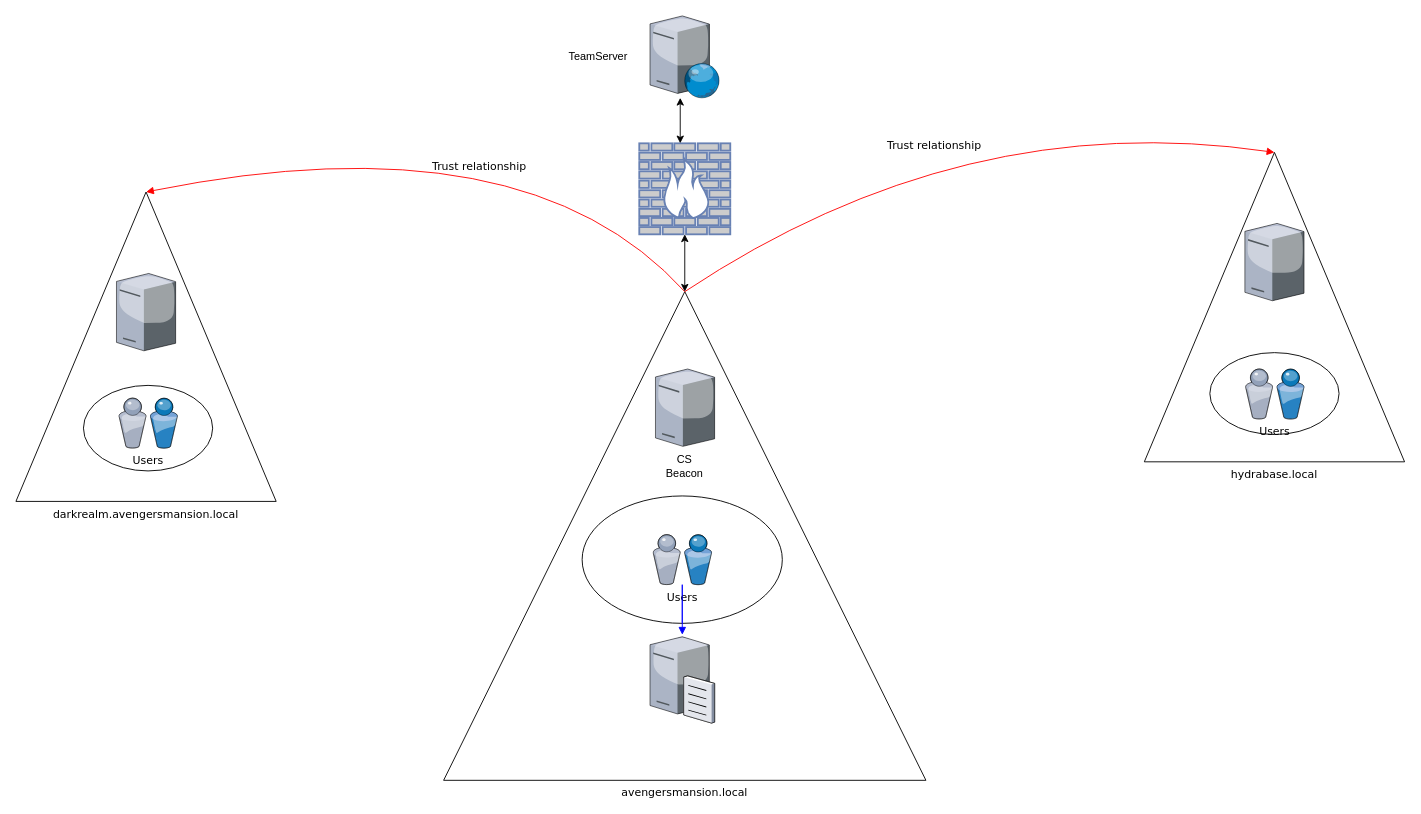
This is Untitled Diagram.drawio from raghavmishra/diagrams, a draw.io file, before an edit. Source tidied: cells renumbered, new cells numbered last; positions are measured from the earlier drawing's top-left corner, leaving out a move shared by most shapes. Both pictures are drawn from the tidied source at 91%, with x=0, y=0 at pixel (15, 15).
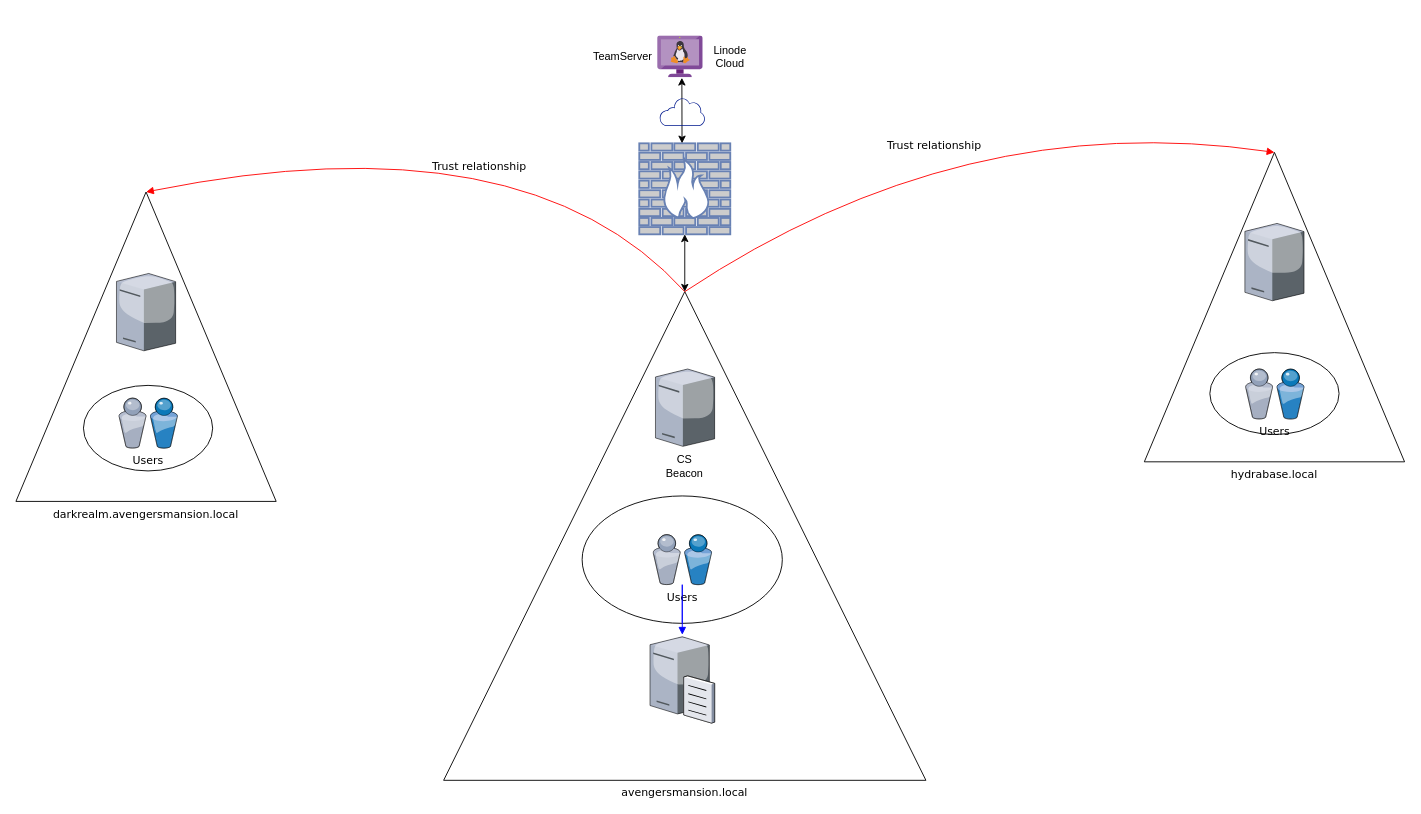
Above is the later version.

Change to the diagram source:
```diff
@@
-    <mxCell id="17" style="verticalLabelPosition=bottom;sketch=0;html=1;verticalAlign=top;strokeColor=none;align=center;shape=mxgraph.citrix.web_server;" parent="1" vertex="1">
-      <mxGeometry x="696.8" width="76.5" height="90" as="geometry" />
-    </mxCell>
     <mxCell id="18" value="TeamServer" style="text;html=1;strokeColor=none;fillColor=none;align=center;verticalAlign=middle;whiteSpace=wrap;rounded=0;" parent="1" vertex="1">
-      <mxGeometry x="610" y="30" width="60" height="30" as="geometry" />
+      <mxGeometry x="636.8" y="30" width="60" height="30" as="geometry" />
     </mxCell>
@@
     <mxCell id="23" style="endArrow=classic;startArrow=classic;html=1;rounded=0;" parent="1" edge="1">
       <mxGeometry relative="1" as="geometry">
-        <mxPoint x="730" y="140" as="sourcePoint" />
-        <mxPoint x="730" y="90" as="targetPoint" />
+        <mxPoint x="732" y="140" as="sourcePoint" />
+        <mxPoint x="731.8" y="68" as="targetPoint" />
       </mxGeometry>
     </mxCell>
@@
+    <mxCell id="25" value="Linode Cloud" style="text;html=1;strokeColor=none;fillColor=none;align=center;verticalAlign=middle;whiteSpace=wrap;rounded=0;" parent="1" vertex="1">
+      <mxGeometry x="755.2" y="30" width="60" height="30" as="geometry" />
+    </mxCell>
+    <mxCell id="26" style="sketch=0;html=1;align=center;image;fontSize=12;image=img/lib/mscae/VM_Linux_Non_Azure.svg;" parent="1" vertex="1">
+      <mxGeometry x="705.2" y="22" width="50" height="46" as="geometry" />
+    </mxCell>
+    <mxCell id="27" style="sketch=0;shadow=0;dashed=0;html=1;strokeColor=none;labelPosition=center;verticalLabelPosition=bottom;verticalAlign=top;align=center;fillColor=#00188D;shape=mxgraph.mscae.enterprise.internet_hollow;" parent="1" vertex="1">
+      <mxGeometry x="707.2" y="90" width="50" height="31" as="geometry" />
+    </mxCell>
```
